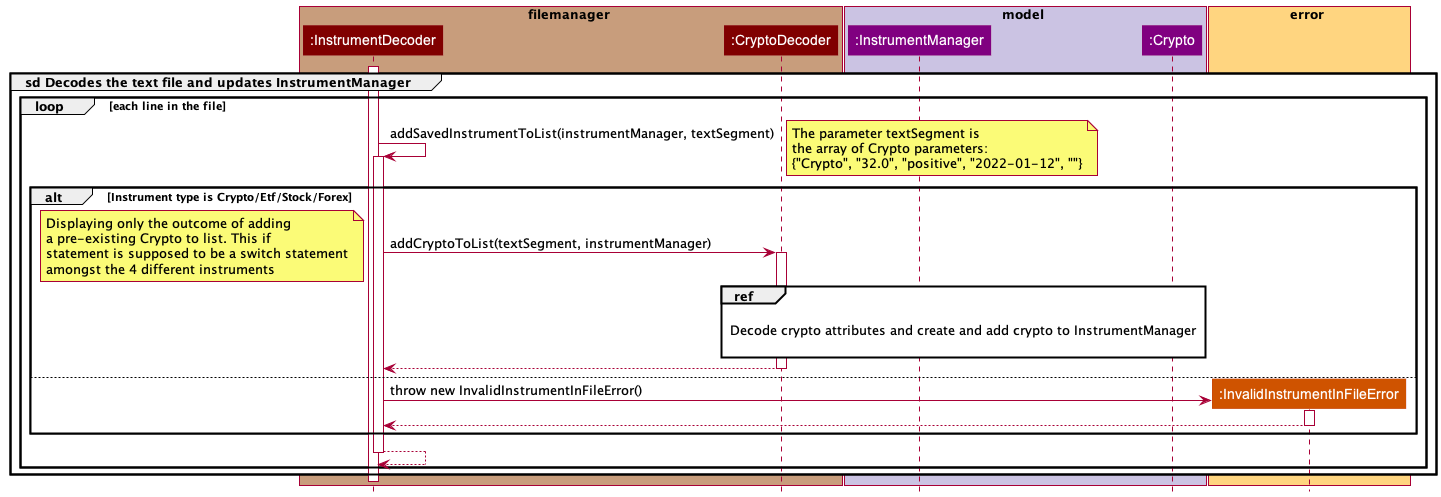
Before: docs/images/FileManagerSequenceDiagram.png, a diagram exported from PlantUML (williamlamjy/mTracker).
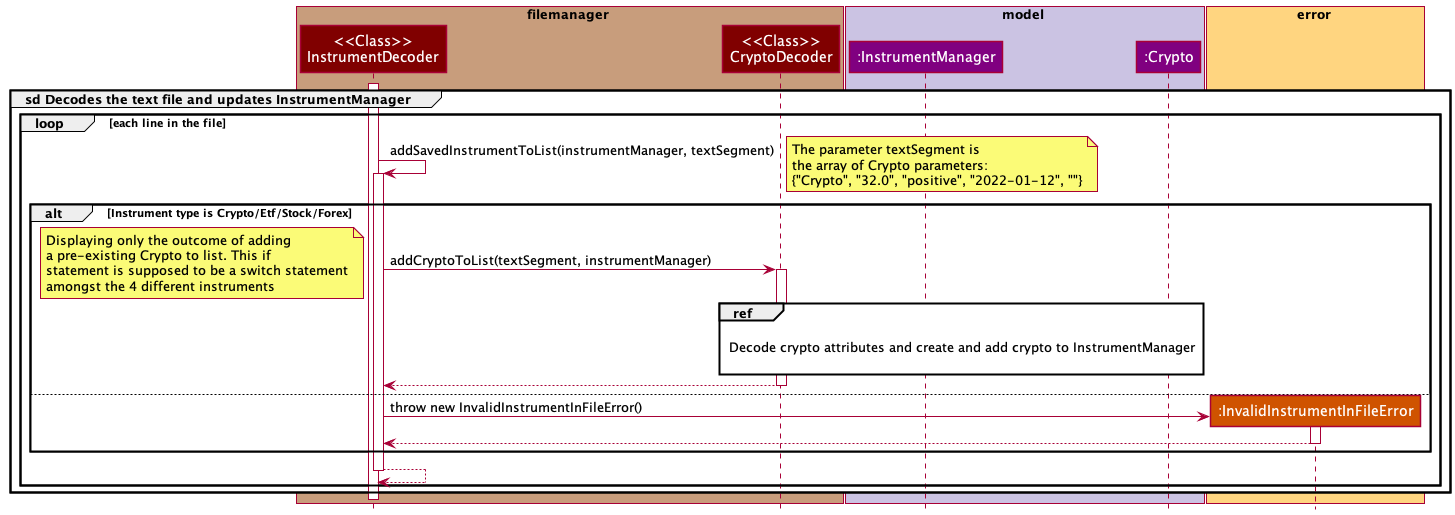
The same file after the commit.

Diff of the diagram source:
```diff
@@ -3,8 +3,8 @@
 
 group sd Decodes the text file and updates InstrumentManager
 box filemanager COLOR_STORAGE_SEGMENT
-participant ":InstrumentDecoder" as InstrumentDecoder COLOR_STORAGE
-participant ":CryptoDecoder" as CryptoDecoder COLOR_STORAGE
+participant "<<Class>>\nInstrumentDecoder" as InstrumentDecoder COLOR_STORAGE
+participant "<<Class>>\nCryptoDecoder" as CryptoDecoder COLOR_STORAGE
 end box
 
 box model COLOR_MODEL_SEGMENT
@@ -16,56 +16,54 @@
 participant ":InvalidInstrumentInFileError" as InvalidInstrumentInFileError COLOR_ERROR
 end box
 
+activate InstrumentDecoder
 
+    loop each line in the file
+        InstrumentDecoder-> InstrumentDecoder: addSavedInstrumentToList(instrumentManager, textSegment)
+        activate InstrumentDecoder
 
-    activate InstrumentDecoder
+        note right
+        The parameter textSegment is
+        the array of Crypto parameters:
+        {"Crypto", "32.0", "positive", "2022-01-12", ""}
+        end note
 
-        loop each line in the file
-            InstrumentDecoder-> InstrumentDecoder: addSavedInstrumentToList(instrumentManager, textSegment)
-            activate InstrumentDecoder
+            alt Instrument type is Crypto/Etf/Stock/Forex
+                InstrumentDecoder-> CryptoDecoder: addCryptoToList(textSegment, instrumentManager)
+                activate CryptoDecoder
 
-            note right
-            The parameter textSegment is
-            the array of Crypto parameters:
-            {"Crypto", "32.0", "positive", "2022-01-12", ""}
-            end note
+                ref over CryptoDecoder, InstrumentManager, Crypto
 
-                alt Instrument type is Crypto/Etf/Stock/Forex
-                    InstrumentDecoder-> CryptoDecoder: addCryptoToList(textSegment, instrumentManager)
-                    activate CryptoDecoder
+                Decode crypto attributes and create and add crypto to InstrumentManager
 
-                    ref over CryptoDecoder, InstrumentManager, Crypto
+                endref
 
-                    Decode crypto attributes and create and add crypto to InstrumentManager
+                note bottom
+                Displaying only the outcome of adding
+                a pre-existing Crypto to list. This if
+                statement is supposed to be a switch statement
+                amongst the 4 different instruments
+                end note
 
-                    endref
+                CryptoDecoder--> InstrumentDecoder
+                deactivate CryptoDecoder
 
-                    note bottom
-                    Displaying only the outcome of adding
-                    a pre-existing Crypto to list. This if
-                    statement is supposed to be a switch statement
-                    amongst the 4 different instruments
-                    end note
+            else
+                create InvalidInstrumentInFileError
+                InstrumentDecoder-> InvalidInstrumentInFileError: throw new InvalidInstrumentInFileError()
+                activate InvalidInstrumentInFileError
+                InvalidInstrumentInFileError--> InstrumentDecoder
+                deactivate InvalidInstrumentInFileError
 
-                    CryptoDecoder--> InstrumentDecoder
-                    deactivate CryptoDecoder
+                end
 
-                else
-                    create InvalidInstrumentInFileError
-                    InstrumentDecoder-> InvalidInstrumentInFileError: throw new InvalidInstrumentInFileError()
-                    activate InvalidInstrumentInFileError
-                    InvalidInstrumentInFileError--> InstrumentDecoder
-                    deactivate InvalidInstrumentInFileError
+                InstrumentDecoder--> InstrumentDecoder
+                deactivate InstrumentDecoder
 
-                    end
+                end
 
-                    InstrumentDecoder--> InstrumentDecoder
-                    deactivate InstrumentDecoder
-
-                    end
-
-                    end
-                    deactivate InstrumentDecoder
+                end
+                deactivate InstrumentDecoder
 
 
 @enduml
```
